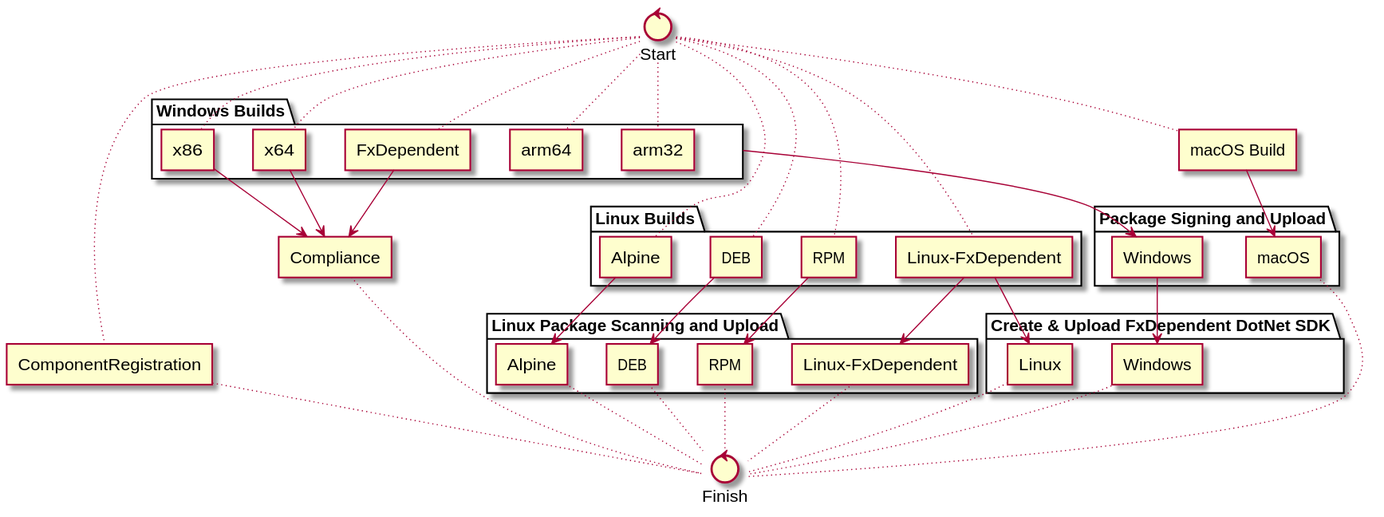
PowerShell/PowerShell keeps this PlantUML diagram as tools/releaseBuild/azureDevOps/diagram.svg. Above is the earlier version.
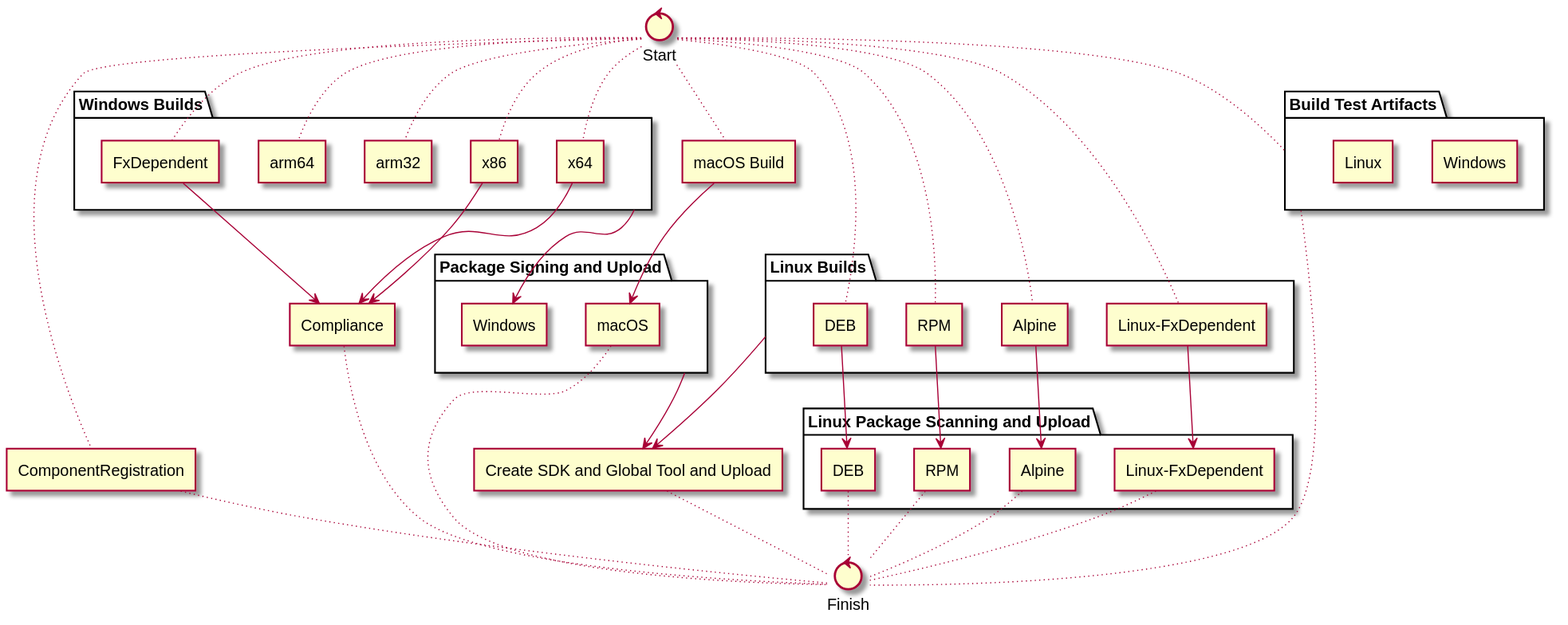
After the commit.

Commit message:
Publish test package on release builds (#9063)

What changed in the source:
```diff
@@ -1,6 +1,6 @@
 @startuml
 
-folder "Linux Builds" {
+folder "Linux Builds" as LinuxBuilds {
     agent "DEB"  as BuildDEB
     agent "RPM"  as BuildRPM
     agent "Alpine"  as BuildAlpine
@@ -20,26 +20,29 @@
 
 agent "ComponentRegistration"  as BuildCG
 
-folder "Linux Package Scanning and Upload" {
+folder "Linux Package Scanning and Upload" as PkgScanUploadLinux {
     agent "DEB"  as UploadDEB
     agent "RPM"  as UploadRPM
     agent "Alpine"  as UploadAlpine
     agent "Linux-FxDependent"  as UploadLinuxFx
 }
 
-folder "Package Signing and Upload" {
+folder "Package Signing and Upload" as PkgSignUpload {
     agent "macOS"  as SignMac
 
     agent "Windows"  as SignWin
 }
 
+folder "Build Test Artifacts" as TestArtifacts {
+    agent "Windows" as WinTest
+    agent "Linux" as LinuxTest
+}
 
 agent "Compliance"  as Compliance
 
-folder "Create & Upload FxDependent DotNet SDK" {
-    agent "Linux" as BuildLinuxFxSdk
-    agent "Windows" as BuildWinFxSdk
-}
+
+agent "Create SDK and Global Tool and Upload" as BuildNuGet
+
 
 control "Finish"  as Finish
 control "Start" as Start
@@ -57,8 +60,8 @@
 BuildWinX64 -down-> Compliance
 BuildWinFx -down-> Compliance
 
-BuildLinuxFx -down-> BuildLinuxFxSdk
-SignWin -down-> BuildWinFxSdk
+PkgSignUpload -down-> BuildNuGet
+LinuxBuilds -down-> BuildNuGet
 
 Compliance ~~ Finish
 UploadAlpine ~~ Finish
@@ -67,8 +70,8 @@
 UploadLinuxFx ~~ Finish
 SignMac ~~ Finish
 BuildCG ~~ Finish
-BuildLinuxFxSdk ~~ Finish
-BuildWinFxSdk ~~ Finish
+BuildNuGet ~~ Finish
+TestArtifacts ~~ Finish
 
 Start ~~ BuildDEB
 Start ~~ BuildRPM
@@ -81,5 +84,6 @@
 Start ~~ BuildWinArm32
 Start ~~ BuildWinArm64
 Start ~~ BuildCG
+Start ~~ TestArtifacts
 
 @enduml
```
